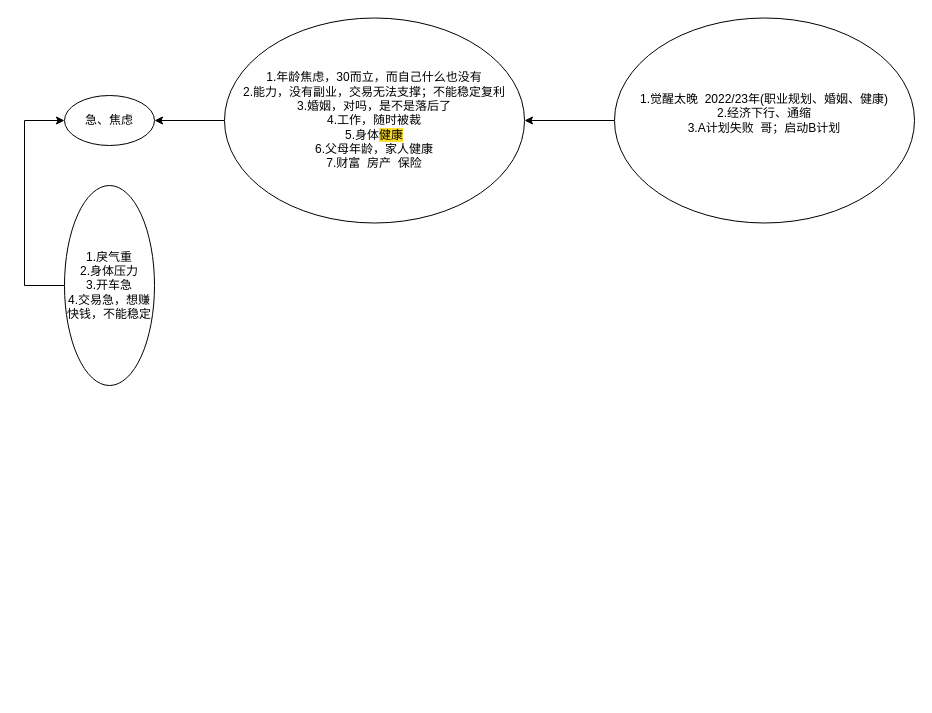
This is menus/急与焦虑.drawio from Asamiyaa/microservice-k8s-yun, a draw.io file, before an edit. Source tidied: cells renumbered, new cells numbered last; positions are measured from the earlier drawing's top-left corner, leaving out a move shared by most shapes. Both pictures are drawn from the tidied source at 100%, with x=0, y=0 at pixel (24, 17).
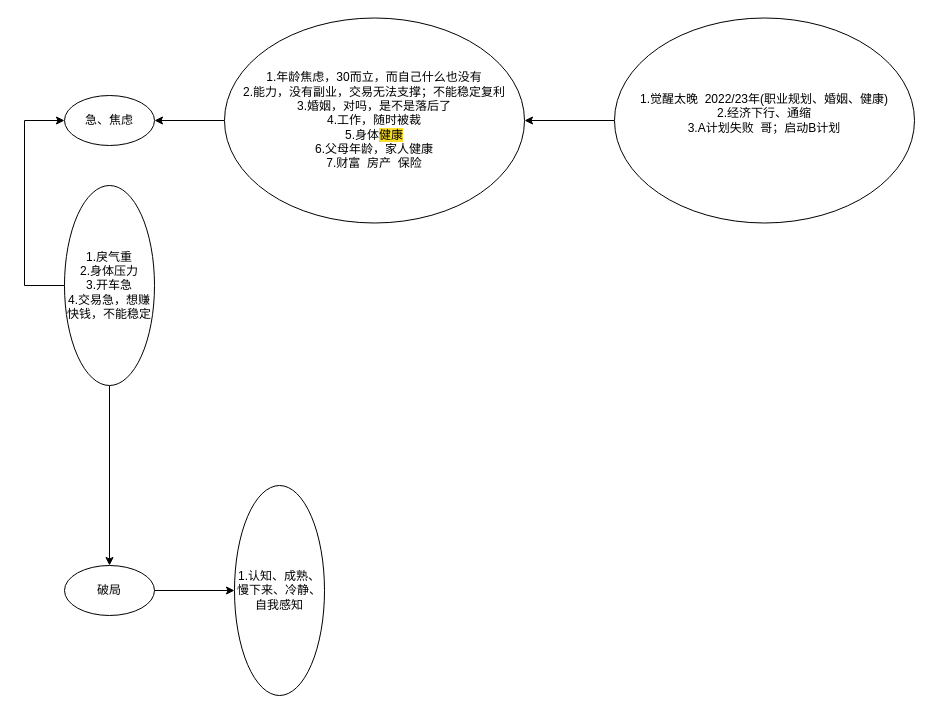
Above is the later version.

Commit message (it also covers changes not shown here):
更新急与焦虑.drawio

The edit, as a diff of the source:
```diff
@@
 <mxGraphModel>
   <root>
     <mxCell id="0" />
     <mxCell id="1" parent="0" />
     <mxCell id="2" value="急、焦虑" style="ellipse;whiteSpace=wrap;html=1;" parent="1" vertex="1">
       <mxGeometry x="40" y="78" width="90" height="50" as="geometry" />
     </mxCell>
     <mxCell id="3" style="edgeStyle=orthogonalEdgeStyle;rounded=0;jettySize=auto;html=1;exitX=0;exitY=0.5;exitDx=0;exitDy=0;entryX=0;entryY=0.5;entryDx=0;entryDy=0;" parent="1" edge="1" source="4" target="2">
       <mxGeometry relative="1" as="geometry">
         <Array as="points">
           <mxPoint y="268" />
           <mxPoint y="103" />
         </Array>
       </mxGeometry>
     </mxCell>
+    <mxCell id="9" style="edgeStyle=orthogonalEdgeStyle;rounded=0;jettySize=auto;html=1;exitX=0.5;exitY=1;exitDx=0;exitDy=0;" parent="1" edge="1" source="4" target="11">
+      <mxGeometry relative="1" as="geometry" />
+    </mxCell>
     <mxCell id="4" value="1.戾气重&lt;br&gt;2.身体压力&lt;br&gt;3.开车急&lt;br&gt;4.交易急，想赚快钱，不能稳定" style="ellipse;whiteSpace=wrap;html=1;" parent="1" vertex="1">
       <mxGeometry x="40" y="168" width="90" height="200" as="geometry" />
     </mxCell>
     <mxCell id="5" style="edgeStyle=orthogonalEdgeStyle;rounded=0;jettySize=auto;html=1;" parent="1" edge="1" source="6" target="2">
       <mxGeometry relative="1" as="geometry" />
     </mxCell>
     <mxCell id="6" value="1.&lt;span style=&quot;background-color: initial;&quot;&gt;年龄焦虑，30而立，而自己什么也没有&lt;br&gt;&lt;/span&gt;&lt;span style=&quot;background-color: initial;&quot;&gt;2.能力&lt;/span&gt;&lt;span style=&quot;background-color: initial;&quot; class=&quot;ne-text&quot;&gt;，没有副业，交易无法支撑；不能稳定复利&lt;br&gt;&lt;/span&gt;&lt;span style=&quot;background-color: initial;&quot;&gt;3.&lt;/span&gt;&lt;span style=&quot;background-color: initial;&quot;&gt;婚姻，对吗，是不是落后了&lt;br&gt;4.工作，随时被裁&lt;br&gt;5.&lt;/span&gt;&lt;span style=&quot;background-color: initial;&quot;&gt;身体&lt;/span&gt;&lt;span style=&quot;background-color: rgb(251, 222, 40);&quot; class=&quot;ne-text&quot;&gt;健康&lt;br&gt;&lt;/span&gt;&lt;span style=&quot;background-color: initial;&quot;&gt;6.&lt;/span&gt;&lt;span style=&quot;background-color: initial;&quot;&gt;父母年龄，家人健康&lt;br&gt;7.财富&amp;nbsp; 房产&amp;nbsp; 保险&lt;/span&gt;&lt;span style=&quot;background-color: initial;&quot;&gt;&lt;br&gt;&lt;/span&gt;" style="ellipse;whiteSpace=wrap;html=1;" parent="1" vertex="1">
       <mxGeometry x="200" y="0.5" width="300" height="205" as="geometry" />
     </mxCell>
     <mxCell id="7" style="edgeStyle=orthogonalEdgeStyle;rounded=0;jettySize=auto;html=1;exitX=0;exitY=0.5;exitDx=0;exitDy=0;" parent="1" edge="1" source="8" target="6">
       <mxGeometry relative="1" as="geometry" />
     </mxCell>
     <mxCell id="8" value="&lt;span style=&quot;background-color: initial;&quot;&gt;1.觉醒太晚&amp;nbsp; 2022/23年(职业规划、婚姻、健康)&lt;br&gt;2.经济下行、通缩&lt;br&gt;3.A计划失败&amp;nbsp; 哥；启动B计划&lt;br&gt;&lt;br&gt;&lt;/span&gt;" style="ellipse;whiteSpace=wrap;html=1;" parent="1" vertex="1">
       <mxGeometry x="590" y="0.5" width="300" height="205" as="geometry" />
     </mxCell>
+    <mxCell id="10" style="edgeStyle=orthogonalEdgeStyle;rounded=0;jettySize=auto;html=1;exitX=1;exitY=0.5;exitDx=0;exitDy=0;" parent="1" edge="1" source="11" target="12">
+      <mxGeometry relative="1" as="geometry" />
+    </mxCell>
+    <mxCell id="11" value="破局" style="ellipse;whiteSpace=wrap;html=1;" parent="1" vertex="1">
+      <mxGeometry x="40" y="548" width="90" height="50" as="geometry" />
+    </mxCell>
+    <mxCell id="12" value="1.认知、成熟、慢下来、冷静、自我感知" style="ellipse;whiteSpace=wrap;html=1;" parent="1" vertex="1">
+      <mxGeometry x="210" y="468" width="90" height="210" as="geometry" />
+    </mxCell>
   </root>
 </mxGraphModel>
```
